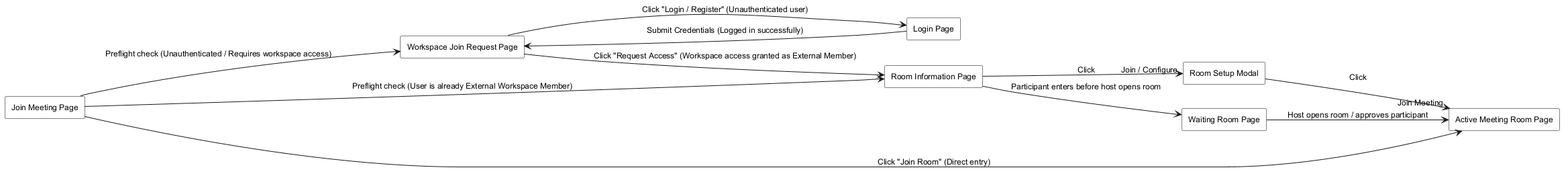
Earlier version of the PlantUML export .agents/resources/screen flow/meeting/03-external-join-room-via-link-screen-flow.png (WarpTalk-CapstoneProject/warptalk-backend). The source it was exported from:
```plantuml
@startuml
skinparam monochrome true
skinparam shadowing false
skinparam defaultFontName Arial
skinparam defaultFontSize 12
skinparam rectangle {
  BackgroundColor white
  BorderColor black
}
left to right direction

rectangle "Join Meeting Page" as JoinMeetingPage
rectangle "Workspace Join Request Page" as WorkspaceJoinPage
rectangle "Login Page" as LoginPage
rectangle "Room Information Page" as RoomInformationPage
rectangle "Room Setup Modal" as RoomSetupModal
rectangle "Waiting Room Page" as WaitingRoomPage
rectangle "Active Meeting Room Page" as ActiveMeetingRoomPage

JoinMeetingPage --> WorkspaceJoinPage : Preflight check (Unauthenticated / Requires workspace access)

WorkspaceJoinPage --> LoginPage : Click "Login / Register" (Unauthenticated user)
LoginPage --> WorkspaceJoinPage : Submit Credentials (Logged in successfully)
WorkspaceJoinPage --> RoomInformationPage : Click "Request Access" (Workspace access granted as External Member)

JoinMeetingPage --> RoomInformationPage : Preflight check (User is already External Workspace Member)

RoomInformationPage --> RoomSetupModal : Click "Join / Configure"

RoomInformationPage --> WaitingRoomPage : Participant enters before host opens room
WaitingRoomPage --> ActiveMeetingRoomPage : Host opens room / approves participant

RoomSetupModal --> ActiveMeetingRoomPage : Click "Join Meeting"
JoinMeetingPage --> ActiveMeetingRoomPage : Click "Join Room" (Direct entry)

@enduml
```
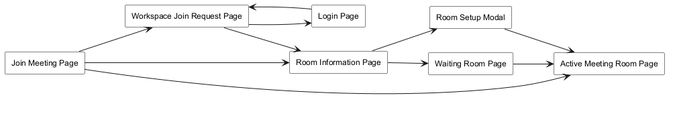
The same diagram one commit later.

Change to the diagram source:
```diff
@@ -17,20 +17,20 @@
 rectangle "Waiting Room Page" as WaitingRoomPage
 rectangle "Active Meeting Room Page" as ActiveMeetingRoomPage
 
-JoinMeetingPage --> WorkspaceJoinPage : Preflight check (Unauthenticated / Requires workspace access)
+JoinMeetingPage --> WorkspaceJoinPage
 
-WorkspaceJoinPage --> LoginPage : Click "Login / Register" (Unauthenticated user)
-LoginPage --> WorkspaceJoinPage : Submit Credentials (Logged in successfully)
-WorkspaceJoinPage --> RoomInformationPage : Click "Request Access" (Workspace access granted as External Member)
+WorkspaceJoinPage --> LoginPage
+LoginPage --> WorkspaceJoinPage
+WorkspaceJoinPage --> RoomInformationPage
 
-JoinMeetingPage --> RoomInformationPage : Preflight check (User is already External Workspace Member)
+JoinMeetingPage --> RoomInformationPage
 
-RoomInformationPage --> RoomSetupModal : Click "Join / Configure"
+RoomInformationPage --> RoomSetupModal
 
-RoomInformationPage --> WaitingRoomPage : Participant enters before host opens room
-WaitingRoomPage --> ActiveMeetingRoomPage : Host opens room / approves participant
+RoomInformationPage --> WaitingRoomPage
+WaitingRoomPage --> ActiveMeetingRoomPage
 
-RoomSetupModal --> ActiveMeetingRoomPage : Click "Join Meeting"
-JoinMeetingPage --> ActiveMeetingRoomPage : Click "Join Room" (Direct entry)
+RoomSetupModal --> ActiveMeetingRoomPage
+JoinMeetingPage --> ActiveMeetingRoomPage
 
 @enduml
```
